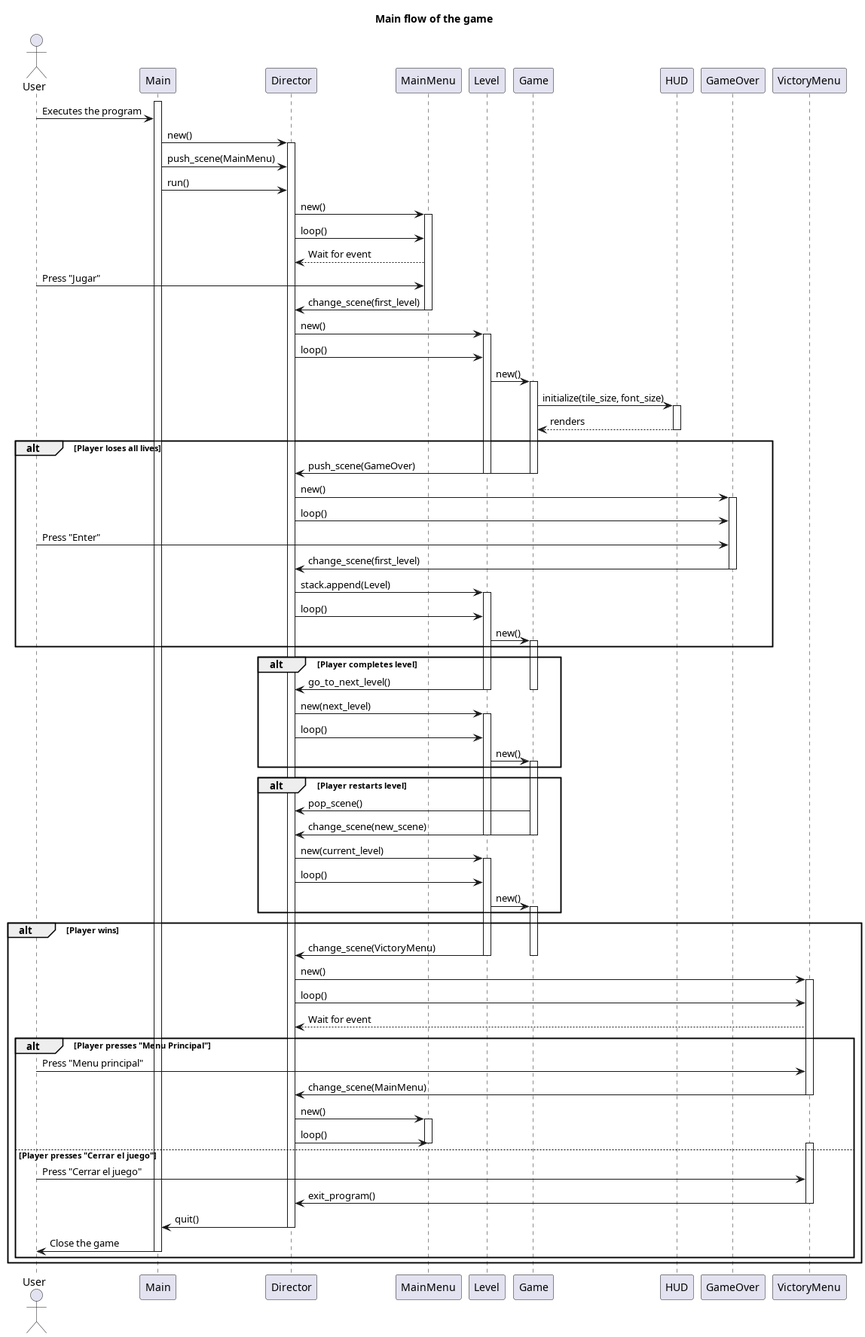
Above: docs/images/sequence/main_flow_game_sequence_diagram.png in Tejon-Company/Tejon-Jumper (PlantUML), before the change.
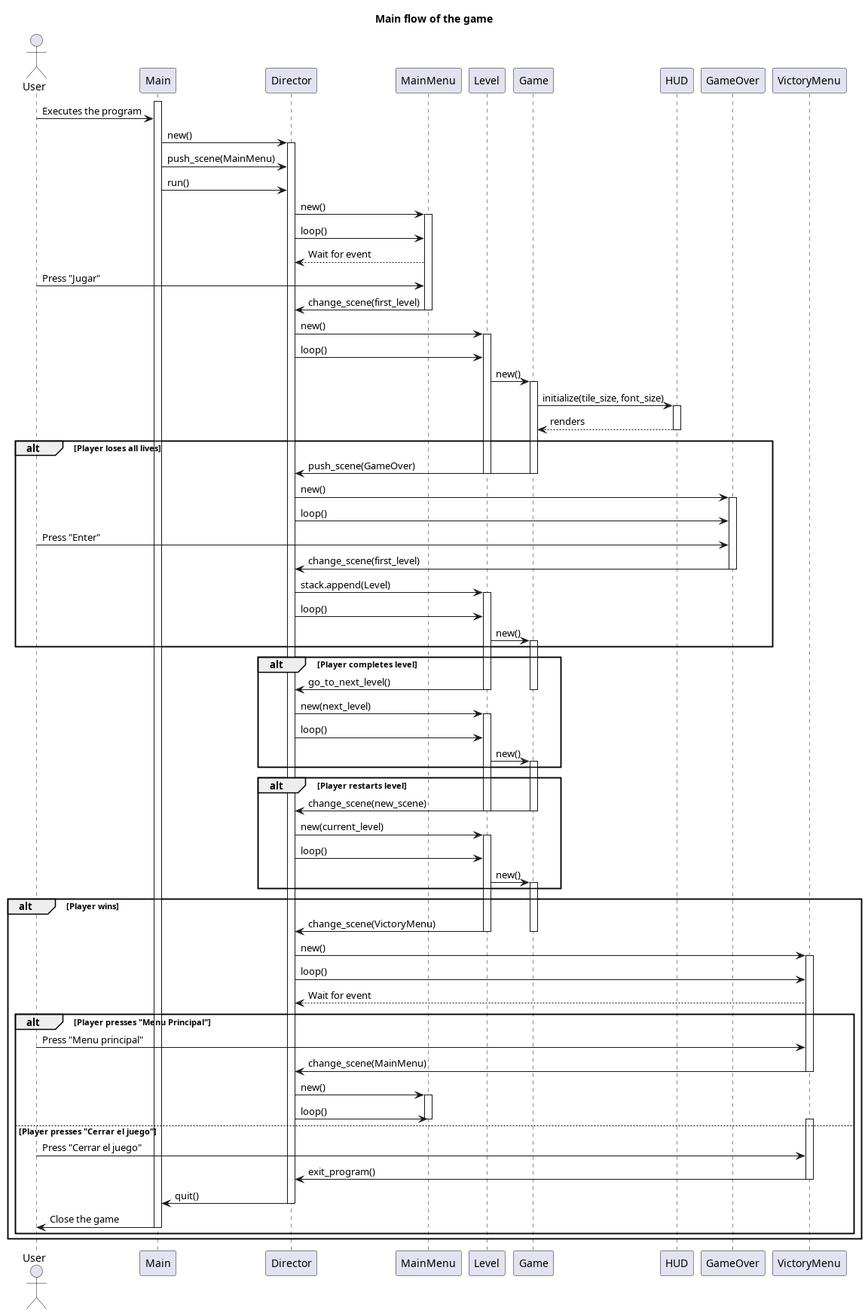
Later version of the same file.

The edit, as a diff of the source:
```diff
@@ -64,7 +64,6 @@
 end
 
 alt Player restarts level
-    Game -> Director : pop_scene()
     Game -> Director : change_scene(new_scene)
     deactivate Game
     deactivate Level
```
